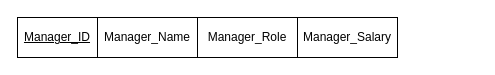
Earlier version of the draw.io diagram normalizationWIA2001assg.drawio (justn0thinghere/drawio). Source tidied: cells renumbered, new cells numbered last; positions are measured from the earlier drawing's top-left corner, leaving out a move shared by most shapes. Both pictures are drawn from the tidied source at 100%, with x=0, y=0 at pixel (17, 17).
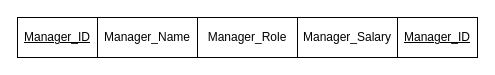
The same diagram, later.

What changed in the source:
```diff
@@
 <mxGraphModel>
   <root>
     <mxCell id="0" />
     <mxCell id="1" parent="0" />
     <mxCell id="2" value="&lt;u&gt;Manager_ID&lt;/u&gt;" style="rounded=0;whiteSpace=wrap;html=1;" parent="1" vertex="1">
       <mxGeometry width="80" height="40" as="geometry" />
     </mxCell>
     <mxCell id="3" value="Manager_Name" style="rounded=0;whiteSpace=wrap;html=1;" parent="1" vertex="1">
       <mxGeometry x="80" width="100" height="40" as="geometry" />
     </mxCell>
     <mxCell id="4" value="Manager_Role" style="rounded=0;whiteSpace=wrap;html=1;" parent="1" vertex="1">
       <mxGeometry x="180" width="100" height="40" as="geometry" />
     </mxCell>
     <mxCell id="5" value="Manager_Salary" style="rounded=0;whiteSpace=wrap;html=1;" parent="1" vertex="1">
       <mxGeometry x="280" width="100" height="40" as="geometry" />
     </mxCell>
+    <mxCell id="6" value="&lt;u&gt;Manager_ID&lt;/u&gt;" style="rounded=0;whiteSpace=wrap;html=1;" parent="1" vertex="1">
+      <mxGeometry x="380" width="80" height="40" as="geometry" />
+    </mxCell>
   </root>
 </mxGraphModel>
```
